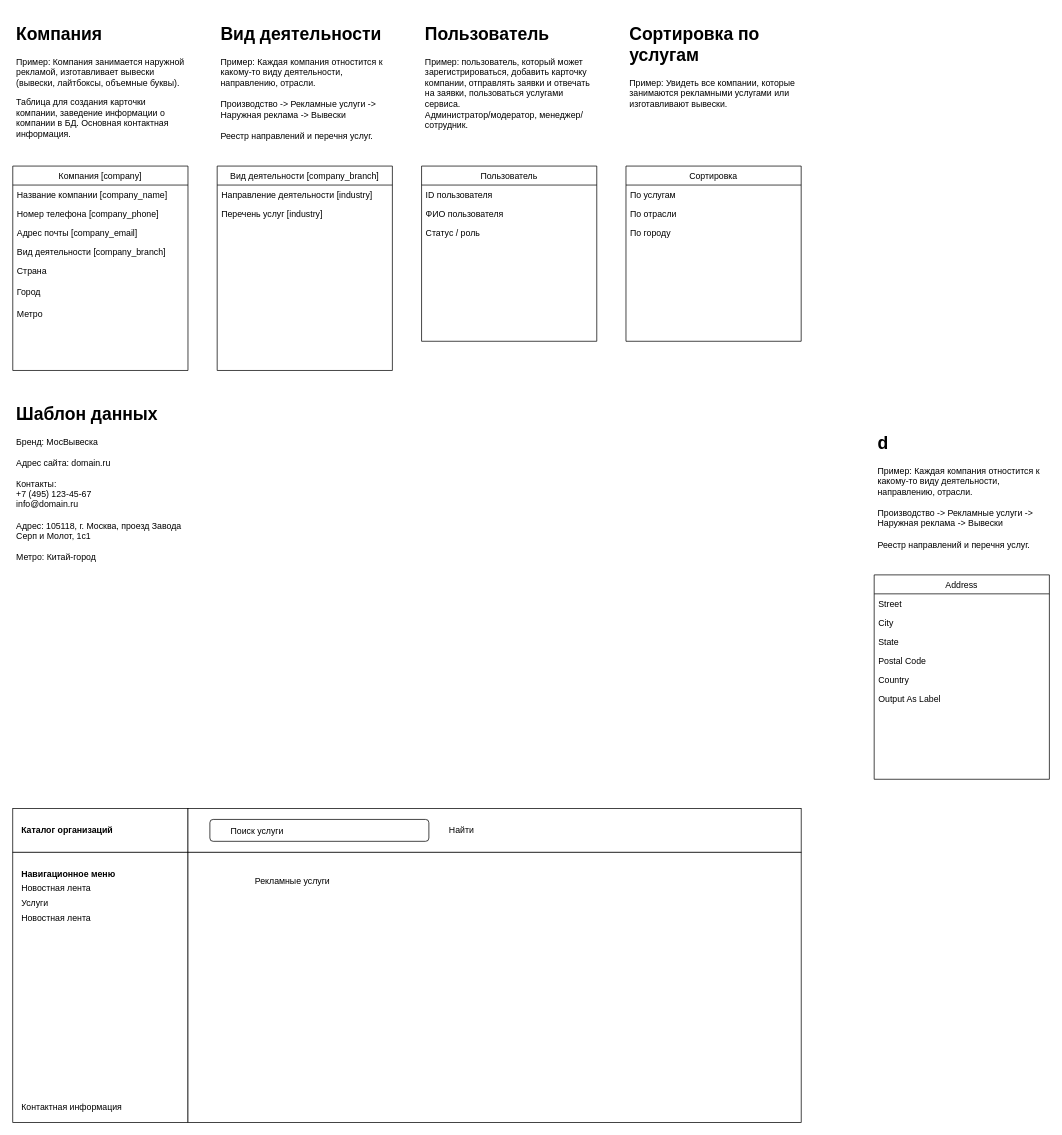
Above: b2bdb.drawio in hyperhunt/arch (draw.io), before the change. Source tidied: cells renumbered, new cells numbered last; positions are measured from the earlier drawing's top-left corner, leaving out a move shared by most shapes. Both pictures are drawn from the tidied source at 73%, with x=0, y=0 at pixel (12, 20).
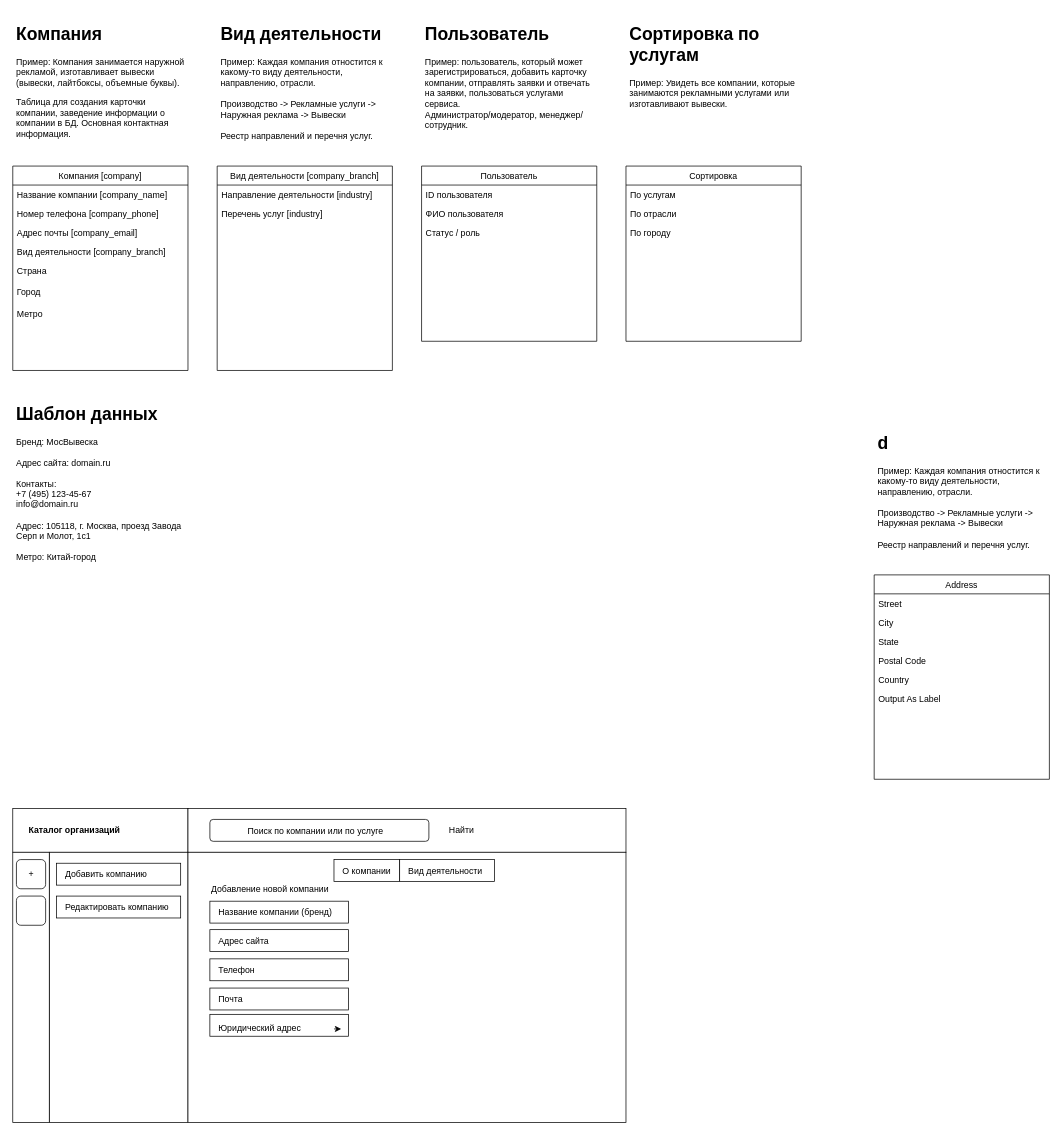
The same page after the edit.

The edit, as a diff of the source:
```diff
@@
     <mxCell id="35" style="rounded=0;whiteSpace=wrap;html=1;" parent="1" vertex="1">
-      <mxGeometry x="240" y="1080" width="840" height="60" as="geometry" />
+      <mxGeometry x="240" y="1080" width="600" height="60" as="geometry" />
     </mxCell>
     <mxCell id="36" style="rounded=0;whiteSpace=wrap;html=1;" parent="1" vertex="1">
-      <mxGeometry y="1140" width="240" height="370" as="geometry" />
+      <mxGeometry x="50" y="1140" width="190" height="370" as="geometry" />
     </mxCell>
     <mxCell id="37" style="rounded=0;whiteSpace=wrap;html=1;" parent="1" vertex="1">
-      <mxGeometry x="240" y="1140" width="840" height="370" as="geometry" />
+      <mxGeometry x="240" y="1140" width="600" height="370" as="geometry" />
     </mxCell>
-    <mxCell id="38" value="Рекламные услуги" style="text;html=1;strokeColor=none;fillColor=none;align=left;verticalAlign=middle;whiteSpace=wrap;rounded=0;" parent="1" vertex="1">
-      <mxGeometry x="330" y="1170" width="220" height="20" as="geometry" />
+    <mxCell id="38" value="Добавление новой компании" style="text;html=1;strokeColor=none;fillColor=none;align=left;verticalAlign=middle;whiteSpace=wrap;rounded=0;" parent="1" vertex="1">
+      <mxGeometry x="270" y="1181" width="220" height="20" as="geometry" />
     </mxCell>
-    <mxCell id="39" value="&lt;b&gt;Навигационное меню&lt;br&gt;&lt;/b&gt;" style="text;html=1;strokeColor=none;fillColor=none;align=left;verticalAlign=middle;whiteSpace=wrap;rounded=0;" parent="1" vertex="1">
-      <mxGeometry x="10" y="1160" width="220" height="20" as="geometry" />
-    </mxCell>
-    <mxCell id="40" value="Новостная лента" style="text;html=1;strokeColor=none;fillColor=none;align=left;verticalAlign=middle;whiteSpace=wrap;rounded=0;" parent="1" vertex="1">
-      <mxGeometry x="10" y="1180" width="220" height="20" as="geometry" />
-    </mxCell>
@@
-    <mxCell id="42" value="Поиск услуги" style="text;html=1;strokeColor=none;fillColor=none;align=center;verticalAlign=middle;whiteSpace=wrap;rounded=0;" parent="1" vertex="1">
-      <mxGeometry x="280" y="1101" width="110" height="20" as="geometry" />
+    <mxCell id="42" value="Поиск по компании или по услуге" style="text;html=1;strokeColor=none;fillColor=none;align=center;verticalAlign=middle;whiteSpace=wrap;rounded=0;" parent="1" vertex="1">
+      <mxGeometry x="280" y="1101" width="270" height="20" as="geometry" />
     </mxCell>
@@
-    <mxCell id="44" value="Контактная информация" style="text;html=1;strokeColor=none;fillColor=none;align=left;verticalAlign=middle;whiteSpace=wrap;rounded=0;" parent="1" vertex="1">
-      <mxGeometry x="10" y="1480" width="220" height="20" as="geometry" />
-    </mxCell>
     <mxCell id="45" value="Каталог организаций" style="text;html=1;strokeColor=none;fillColor=none;align=left;verticalAlign=middle;whiteSpace=wrap;rounded=0;fontStyle=1;" parent="1" vertex="1">
-      <mxGeometry x="10" y="1100" width="220" height="20" as="geometry" />
+      <mxGeometry x="20" y="1100" width="220" height="20" as="geometry" />
     </mxCell>
-    <mxCell id="46" value="Услуги" style="text;html=1;strokeColor=none;fillColor=none;align=left;verticalAlign=middle;whiteSpace=wrap;rounded=0;" parent="1" vertex="1">
-      <mxGeometry x="10" y="1200" width="220" height="20" as="geometry" />
-    </mxCell>
-    <mxCell id="47" value="Новостная лента" style="text;html=1;strokeColor=none;fillColor=none;align=left;verticalAlign=middle;whiteSpace=wrap;rounded=0;" parent="1" vertex="1">
-      <mxGeometry x="10" y="1220" width="220" height="20" as="geometry" />
-    </mxCell>
+    <mxCell id="48" style="rounded=0;whiteSpace=wrap;html=1;" parent="1" vertex="1">
+      <mxGeometry y="1140" width="50" height="370" as="geometry" />
+    </mxCell>
+    <mxCell id="49" style="rounded=1;whiteSpace=wrap;html=1;" parent="1" vertex="1">
+      <mxGeometry x="5" y="1150" width="40" height="40" as="geometry" />
+    </mxCell>
+    <mxCell id="50" style="rounded=1;whiteSpace=wrap;html=1;" parent="1" vertex="1">
+      <mxGeometry x="5" y="1200" width="40" height="40" as="geometry" />
+    </mxCell>
+    <mxCell id="51" style="rounded=0;whiteSpace=wrap;html=1;" parent="1" vertex="1">
+      <mxGeometry x="60" y="1155" width="170" height="30" as="geometry" />
+    </mxCell>
+    <mxCell id="52" style="rounded=0;whiteSpace=wrap;html=1;" parent="1" vertex="1">
+      <mxGeometry x="60" y="1200" width="170" height="30" as="geometry" />
+    </mxCell>
+    <mxCell id="53" value="Добавить компанию" style="text;html=1;strokeColor=none;fillColor=none;align=left;verticalAlign=middle;whiteSpace=wrap;rounded=0;" parent="1" vertex="1">
+      <mxGeometry x="70" y="1161" width="220" height="20" as="geometry" />
+    </mxCell>
+    <mxCell id="54" value="+" style="text;html=1;strokeColor=none;fillColor=none;align=left;verticalAlign=middle;whiteSpace=wrap;rounded=0;" parent="1" vertex="1">
+      <mxGeometry x="20" y="1160" width="10" height="20" as="geometry" />
+    </mxCell>
+    <mxCell id="55" style="rounded=0;whiteSpace=wrap;html=1;" parent="1" vertex="1">
+      <mxGeometry x="270" y="1207" width="190" height="30" as="geometry" />
+    </mxCell>
+    <mxCell id="56" value="Название компании (бренд)" style="text;html=1;strokeColor=none;fillColor=none;align=left;verticalAlign=middle;whiteSpace=wrap;rounded=0;" parent="1" vertex="1">
+      <mxGeometry x="280" y="1213" width="160" height="20" as="geometry" />
+    </mxCell>
+    <mxCell id="57" style="rounded=0;whiteSpace=wrap;html=1;" parent="1" vertex="1">
+      <mxGeometry x="270" y="1246" width="190" height="30" as="geometry" />
+    </mxCell>
+    <mxCell id="58" value="Адрес сайта" style="text;html=1;strokeColor=none;fillColor=none;align=left;verticalAlign=middle;whiteSpace=wrap;rounded=0;" parent="1" vertex="1">
+      <mxGeometry x="280" y="1252" width="160" height="20" as="geometry" />
+    </mxCell>
+    <mxCell id="59" style="rounded=0;whiteSpace=wrap;html=1;" parent="1" vertex="1">
+      <mxGeometry x="270" y="1286" width="190" height="30" as="geometry" />
+    </mxCell>
+    <mxCell id="60" value="Телефон" style="text;html=1;strokeColor=none;fillColor=none;align=left;verticalAlign=middle;whiteSpace=wrap;rounded=0;" parent="1" vertex="1">
+      <mxGeometry x="280" y="1292" width="160" height="20" as="geometry" />
+    </mxCell>
+    <mxCell id="61" style="rounded=0;whiteSpace=wrap;html=1;" parent="1" vertex="1">
+      <mxGeometry x="270" y="1326" width="190" height="30" as="geometry" />
+    </mxCell>
+    <mxCell id="62" value="Почта" style="text;html=1;strokeColor=none;fillColor=none;align=left;verticalAlign=middle;whiteSpace=wrap;rounded=0;" parent="1" vertex="1">
+      <mxGeometry x="280" y="1332" width="160" height="20" as="geometry" />
+    </mxCell>
+    <mxCell id="63" style="rounded=0;whiteSpace=wrap;html=1;" parent="1" vertex="1">
+      <mxGeometry x="270" y="1362" width="190" height="30" as="geometry" />
+    </mxCell>
+    <mxCell id="64" style="edgeStyle=orthogonalEdgeStyle;rounded=0;jettySize=auto;html=1;exitX=1;exitY=0.5;exitDx=0;exitDy=0;entryX=0.947;entryY=0.544;entryDx=0;entryDy=0;entryPerimeter=0;" parent="1" edge="1" source="65">
+      <mxGeometry relative="1" as="geometry">
+        <mxPoint x="449.9" y="1382.3" as="targetPoint" />
+      </mxGeometry>
+    </mxCell>
+    <mxCell id="65" value="Юридический адрес" style="text;html=1;strokeColor=none;fillColor=none;align=left;verticalAlign=middle;whiteSpace=wrap;rounded=0;" parent="1" vertex="1">
+      <mxGeometry x="280" y="1372" width="160" height="20" as="geometry" />
+    </mxCell>
+    <mxCell id="66" value="Редактировать компанию" style="text;html=1;strokeColor=none;fillColor=none;align=left;verticalAlign=middle;whiteSpace=wrap;rounded=0;" parent="1" vertex="1">
+      <mxGeometry x="70" y="1205" width="220" height="20" as="geometry" />
+    </mxCell>
+    <mxCell id="67" style="rounded=0;whiteSpace=wrap;html=1;" parent="1" vertex="1">
+      <mxGeometry x="440" y="1150" width="90" height="30" as="geometry" />
+    </mxCell>
+    <mxCell id="68" value="О компании" style="text;html=1;strokeColor=none;fillColor=none;align=left;verticalAlign=middle;whiteSpace=wrap;rounded=0;" parent="1" vertex="1">
+      <mxGeometry x="450" y="1156" width="80" height="20" as="geometry" />
+    </mxCell>
+    <mxCell id="69" style="rounded=0;whiteSpace=wrap;html=1;" parent="1" vertex="1">
+      <mxGeometry x="530" y="1150" width="130" height="30" as="geometry" />
+    </mxCell>
+    <mxCell id="70" value="Вид деятельности" style="text;html=1;strokeColor=none;fillColor=none;align=left;verticalAlign=middle;whiteSpace=wrap;rounded=0;" parent="1" vertex="1">
+      <mxGeometry x="540" y="1156" width="120" height="20" as="geometry" />
+    </mxCell>
```
